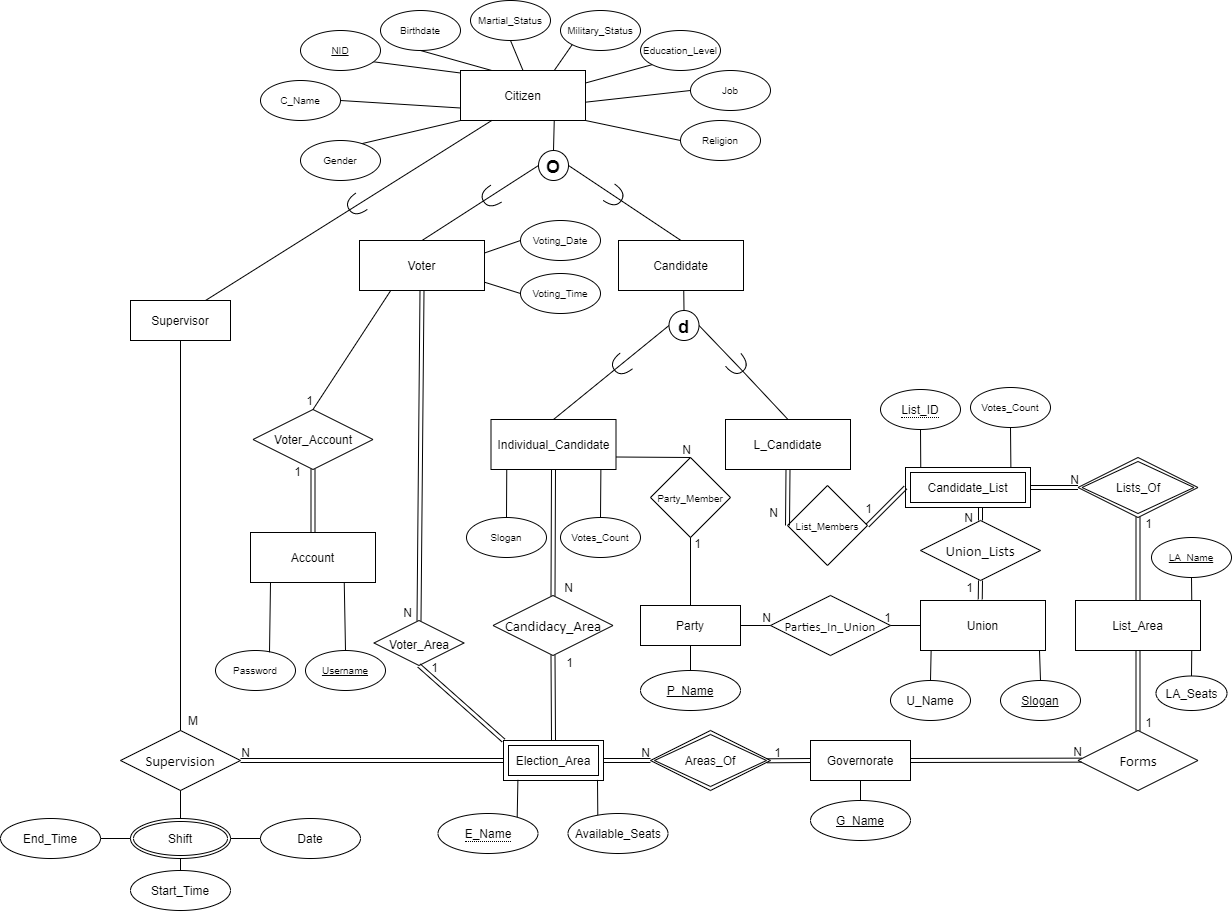
Above: ERD.png in ziad-khobeiz/e-voting-system (draw.io), before the change. Source tidied: cells renumbered, new cells last; positions are measured from the earlier drawing's top-left corner, leaving out a move shared by most shapes.
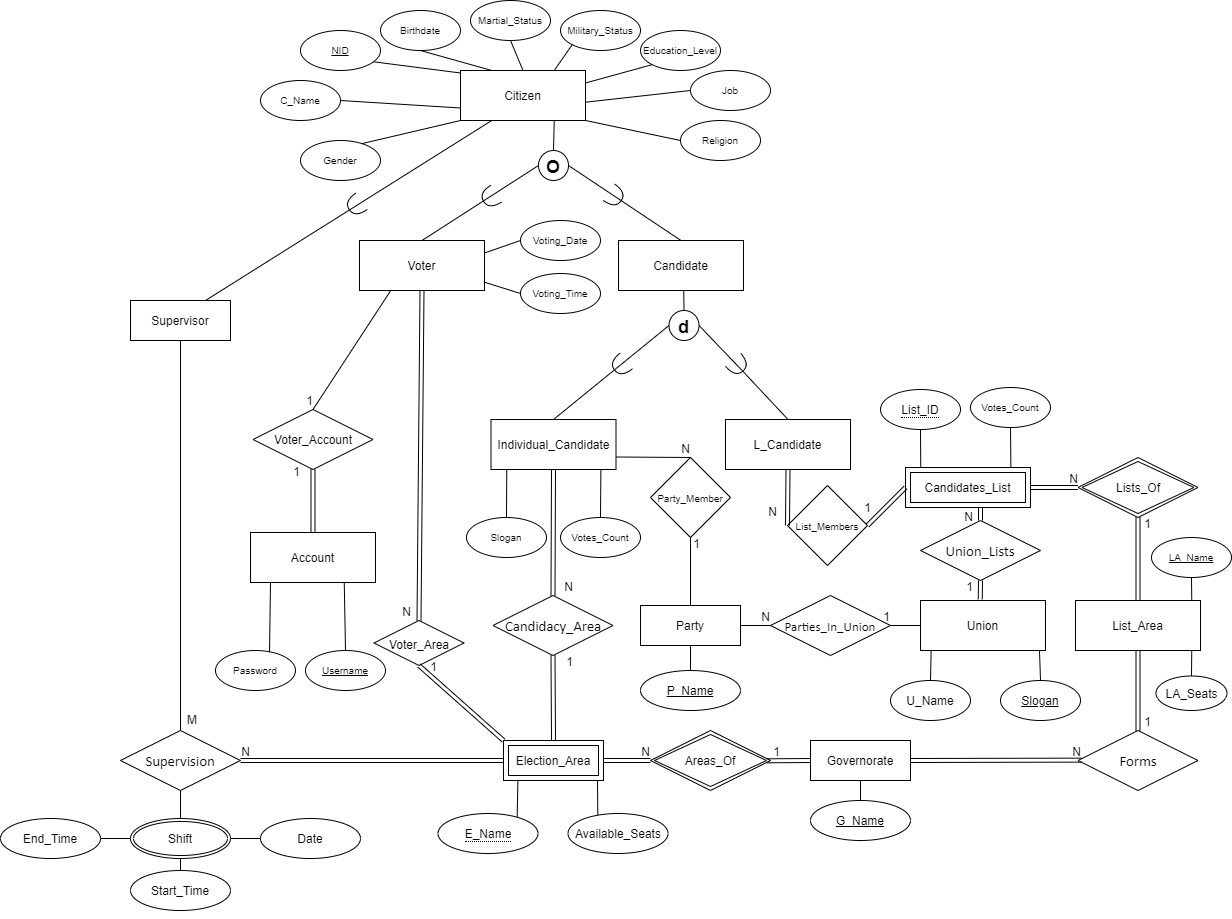
The same file after the commit.

Commit message:
Update ERD.png (Candidates_List name)

The edit, as a diff of the source:
```diff
@@ -131,7 +131,7 @@
     <mxCell id="43" style="endArrow=none;html=1;entryX=0.122;entryY=0.005;entryDx=0;entryDy=0;entryPerimeter=0;exitX=0.5;exitY=1;exitDx=0;exitDy=0;" parent="1" edge="1" source="50" target="44">
       <mxGeometry relative="1" as="geometry" />
     </mxCell>
-    <mxCell id="44" value="Candidate_List" style="shape=ext;margin=3;double=1;whiteSpace=wrap;html=1;align=center;strokeColor=#000000;gradientColor=none;" parent="1" vertex="1">
+    <mxCell id="44" value="Candidates_List" style="shape=ext;margin=3;double=1;whiteSpace=wrap;html=1;align=center;strokeColor=#000000;gradientColor=none;" parent="1" vertex="1">
       <mxGeometry x="905" y="467" width="125" height="40" as="geometry" />
     </mxCell>
     <mxCell id="45" value="&lt;font style=&quot;font-size: 12px&quot;&gt;Lists_Of&lt;/font&gt;" style="shape=rhombus;double=1;perimeter=rhombusPerimeter;whiteSpace=wrap;html=1;align=center;strokeColor=#000000;gradientColor=none;" parent="1" vertex="1">
```
